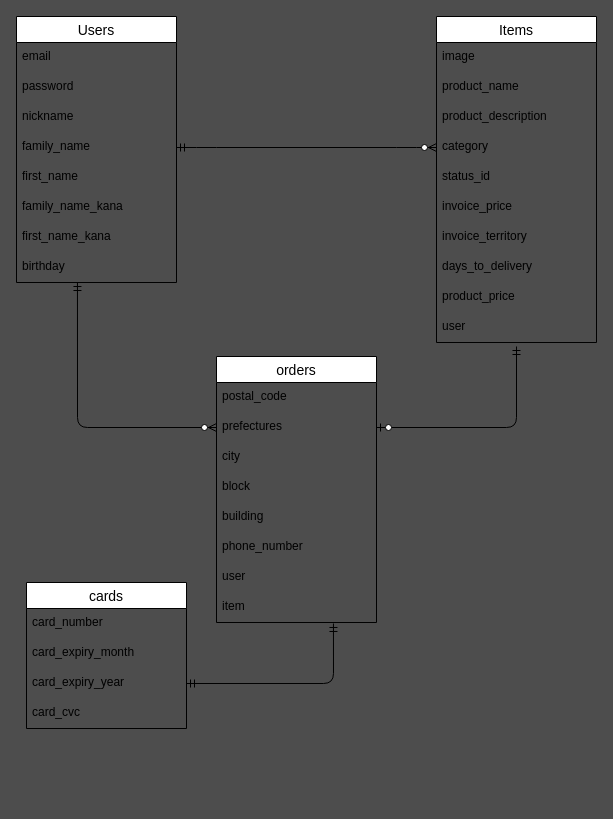
Before: furima.dio in fuji114/furima-36415, a draw.io diagram. Source tidied: cells renumbered, new cells numbered last; positions are measured from the earlier drawing's top-left corner, leaving out a move shared by most shapes. Both pictures are drawn from the tidied source at 100%, with x=0, y=0 at pixel (16, 16).
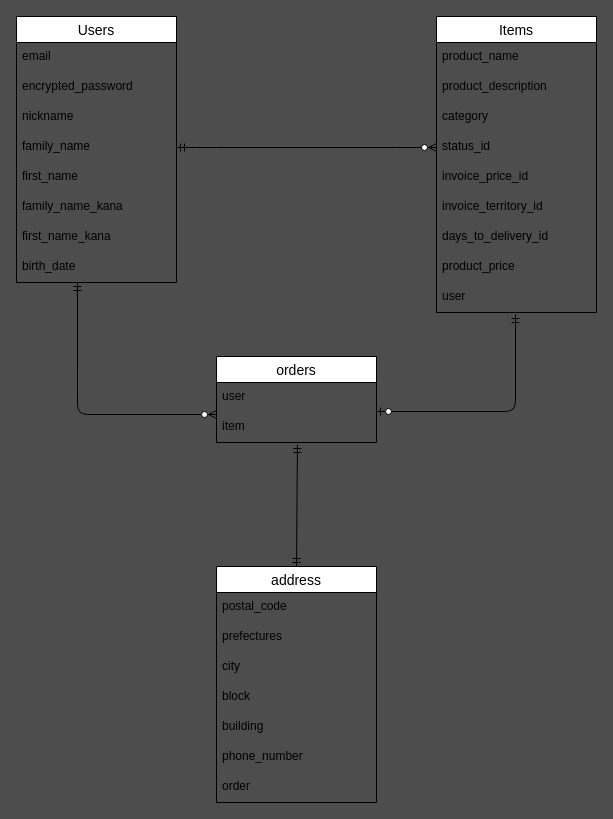
After the change.

Commit message (it also covers changes not shown here):
修正依頼の解消

Unchanged cells that the change refers to:
```xml
<mxCell id="2" value="Users" style="swimlane;fontStyle=0;horizontal=1;startSize=26;align=center;fontSize=14;" parent="1" vertex="1">
  <mxGeometry width="160" height="266" as="geometry" />
</mxCell>
<mxCell id="6" value="family_name" style="text;strokeColor=none;fillColor=none;spacingLeft=4;spacingRight=4;overflow=hidden;points=[[0,0.5],[1,0.5]];portConstraint=eastwest;fontSize=12;" parent="2" vertex="1">
  <mxGeometry y="116" width="160" height="30" as="geometry" />
</mxCell>
```

The edit, as a diff of the source:
```diff
@@
-    <mxCell id="4" value="password" style="text;strokeColor=none;fillColor=none;spacingLeft=4;spacingRight=4;overflow=hidden;fontSize=12;" parent="2" vertex="1">
+    <mxCell id="4" value="encrypted_password" style="text;strokeColor=none;fillColor=none;spacingLeft=4;spacingRight=4;overflow=hidden;fontSize=12;" parent="2" vertex="1">
       <mxGeometry y="56" width="160" height="30" as="geometry" />
     </mxCell>
@@
-    <mxCell id="10" value="birthday" style="text;strokeColor=none;fillColor=none;spacingLeft=4;spacingRight=4;overflow=hidden;points=[[0,0.5],[1,0.5]];portConstraint=eastwest;fontSize=12;" parent="2" vertex="1">
+    <mxCell id="10" value="birth_date" style="text;strokeColor=none;fillColor=none;spacingLeft=4;spacingRight=4;overflow=hidden;points=[[0,0.5],[1,0.5]];portConstraint=eastwest;fontSize=12;" parent="2" vertex="1">
       <mxGeometry y="236" width="160" height="30" as="geometry" />
     </mxCell>
     <mxCell id="11" value="Items" style="swimlane;fontStyle=0;horizontal=1;startSize=26;align=center;fontSize=14;" parent="1" vertex="1">
-      <mxGeometry x="420" width="160" height="326" as="geometry" />
+      <mxGeometry x="420" width="160" height="296" as="geometry" />
     </mxCell>
-    <mxCell id="12" value="image" style="text;strokeColor=none;fillColor=none;spacingLeft=4;spacingRight=4;overflow=hidden;fontSize=12;" parent="11" vertex="1">
-      <mxGeometry y="26" width="160" height="30" as="geometry" />
-    </mxCell>
     <mxCell id="13" value="product_name" style="text;strokeColor=none;fillColor=none;spacingLeft=4;spacingRight=4;overflow=hidden;fontSize=12;" parent="11" vertex="1">
-      <mxGeometry y="56" width="160" height="30" as="geometry" />
+      <mxGeometry y="26" width="160" height="30" as="geometry" />
     </mxCell>
     <mxCell id="14" value="product_description" style="text;strokeColor=none;fillColor=none;spacingLeft=4;spacingRight=4;overflow=hidden;fontSize=12;" parent="11" vertex="1">
-      <mxGeometry y="86" width="160" height="30" as="geometry" />
+      <mxGeometry y="56" width="160" height="30" as="geometry" />
     </mxCell>
     <mxCell id="15" value="category" style="text;strokeColor=none;fillColor=none;spacingLeft=4;spacingRight=4;overflow=hidden;points=[[0,0.5],[1,0.5]];portConstraint=eastwest;fontSize=12;" parent="11" vertex="1">
-      <mxGeometry y="116" width="160" height="30" as="geometry" />
+      <mxGeometry y="86" width="160" height="30" as="geometry" />
     </mxCell>
     <mxCell id="16" value="status_id" style="text;strokeColor=none;fillColor=none;spacingLeft=4;spacingRight=4;overflow=hidden;points=[[0,0.5],[1,0.5]];portConstraint=eastwest;fontSize=12;" parent="11" vertex="1">
-      <mxGeometry y="146" width="160" height="30" as="geometry" />
+      <mxGeometry y="116" width="160" height="30" as="geometry" />
     </mxCell>
-    <mxCell id="17" value="invoice_price" style="text;strokeColor=none;fillColor=none;spacingLeft=4;spacingRight=4;overflow=hidden;fontSize=12;" parent="11" vertex="1">
-      <mxGeometry y="176" width="160" height="30" as="geometry" />
+    <mxCell id="17" value="invoice_price_id" style="text;strokeColor=none;fillColor=none;spacingLeft=4;spacingRight=4;overflow=hidden;fontSize=12;" parent="11" vertex="1">
+      <mxGeometry y="146" width="160" height="30" as="geometry" />
     </mxCell>
-    <mxCell id="18" value="invoice_territory" style="text;strokeColor=none;fillColor=none;spacingLeft=4;spacingRight=4;overflow=hidden;fontSize=12;" parent="11" vertex="1">
-      <mxGeometry y="206" width="160" height="30" as="geometry" />
+    <mxCell id="18" value="invoice_territory_id" style="text;strokeColor=none;fillColor=none;spacingLeft=4;spacingRight=4;overflow=hidden;fontSize=12;" parent="11" vertex="1">
+      <mxGeometry y="176" width="160" height="30" as="geometry" />
     </mxCell>
-    <mxCell id="19" value="days_to_delivery" style="text;strokeColor=none;fillColor=none;spacingLeft=4;spacingRight=4;overflow=hidden;fontSize=12;" parent="11" vertex="1">
-      <mxGeometry y="236" width="160" height="30" as="geometry" />
+    <mxCell id="19" value="days_to_delivery_id" style="text;strokeColor=none;fillColor=none;spacingLeft=4;spacingRight=4;overflow=hidden;fontSize=12;" parent="11" vertex="1">
+      <mxGeometry y="206" width="160" height="30" as="geometry" />
     </mxCell>
     <mxCell id="20" value="product_price" style="text;strokeColor=none;fillColor=none;spacingLeft=4;spacingRight=4;overflow=hidden;fontSize=12;" parent="11" vertex="1">
-      <mxGeometry y="266" width="160" height="30" as="geometry" />
+      <mxGeometry y="236" width="160" height="30" as="geometry" />
     </mxCell>
     <mxCell id="21" value="user" style="text;strokeColor=none;fillColor=none;spacingLeft=4;spacingRight=4;overflow=hidden;points=[[0,0.5],[1,0.5]];portConstraint=eastwest;fontSize=12;" parent="11" vertex="1">
-      <mxGeometry y="296" width="160" height="30" as="geometry" />
+      <mxGeometry y="266" width="160" height="30" as="geometry" />
     </mxCell>
     <mxCell id="22" value="orders" style="swimlane;fontStyle=0;horizontal=1;startSize=26;align=center;fontSize=14;" parent="1" vertex="1">
-      <mxGeometry x="200" y="340" width="160" height="266" as="geometry" />
+      <mxGeometry x="200" y="340" width="160" height="86" as="geometry" />
     </mxCell>
-    <mxCell id="23" value="postal_code" style="text;strokeColor=none;fillColor=none;spacingLeft=4;spacingRight=4;overflow=hidden;fontSize=12;" parent="22" vertex="1">
-      <mxGeometry y="26" width="160" height="30" as="geometry" />
-    </mxCell>
-    <mxCell id="24" value="prefectures" style="text;strokeColor=none;fillColor=none;spacingLeft=4;spacingRight=4;overflow=hidden;fontSize=12;" parent="22" vertex="1">
-      <mxGeometry y="56" width="160" height="30" as="geometry" />
-    </mxCell>
-    <mxCell id="25" value="city" style="text;strokeColor=none;fillColor=none;spacingLeft=4;spacingRight=4;overflow=hidden;fontSize=12;" parent="22" vertex="1">
-      <mxGeometry y="86" width="160" height="30" as="geometry" />
-    </mxCell>
-    <mxCell id="26" value="block" style="text;strokeColor=none;fillColor=none;spacingLeft=4;spacingRight=4;overflow=hidden;fontSize=12;" parent="22" vertex="1">
-      <mxGeometry y="116" width="160" height="30" as="geometry" />
-    </mxCell>
-    <mxCell id="27" value="building" style="text;strokeColor=none;fillColor=none;spacingLeft=4;spacingRight=4;overflow=hidden;fontSize=12;" parent="22" vertex="1">
-      <mxGeometry y="146" width="160" height="30" as="geometry" />
-    </mxCell>
-    <mxCell id="28" value="phone_number" style="text;strokeColor=none;fillColor=none;spacingLeft=4;spacingRight=4;overflow=hidden;fontSize=12;" parent="22" vertex="1">
-      <mxGeometry y="176" width="160" height="30" as="geometry" />
-    </mxCell>
     <mxCell id="29" value="user" style="text;strokeColor=none;fillColor=none;spacingLeft=4;spacingRight=4;overflow=hidden;fontSize=12;" parent="22" vertex="1">
-      <mxGeometry y="206" width="160" height="30" as="geometry" />
+      <mxGeometry y="26" width="160" height="30" as="geometry" />
     </mxCell>
     <mxCell id="30" value="item" style="text;strokeColor=none;fillColor=none;spacingLeft=4;spacingRight=4;overflow=hidden;points=[[0,0.5],[1,0.5]];portConstraint=eastwest;fontSize=12;" parent="22" vertex="1">
-      <mxGeometry y="236" width="160" height="30" as="geometry" />
+      <mxGeometry y="56" width="160" height="30" as="geometry" />
     </mxCell>
-    <mxCell id="31" style="edgeStyle=entityRelationEdgeStyle;fontSize=12;html=1;endArrow=ERzeroToMany;startArrow=ERmandOne;entryX=0;entryY=0.5;entryDx=0;entryDy=0;exitX=1;exitY=0.5;exitDx=0;exitDy=0;" parent="1" edge="1" source="6" target="15">
+    <mxCell id="31" style="edgeStyle=entityRelationEdgeStyle;fontSize=12;html=1;endArrow=ERzeroToMany;startArrow=ERmandOne;entryX=0;entryY=0.5;entryDx=0;entryDy=0;exitX=1;exitY=0.5;exitDx=0;exitDy=0;" parent="1" edge="1" source="6" target="16">
       <mxGeometry relative="1" as="geometry" />
     </mxCell>
-    <mxCell id="32" style="edgeStyle=orthogonalEdgeStyle;fontSize=12;html=1;endArrow=ERzeroToMany;startArrow=ERmandOne;exitX=0.381;exitY=1;exitDx=0;exitDy=0;exitPerimeter=0;entryX=0;entryY=0.5;entryDx=0;entryDy=0;" parent="1" edge="1" source="10">
+    <mxCell id="32" style="edgeStyle=orthogonalEdgeStyle;fontSize=12;html=1;endArrow=ERzeroToMany;startArrow=ERmandOne;exitX=0.381;exitY=1;exitDx=0;exitDy=0;exitPerimeter=0;entryX=0;entryY=0.067;entryDx=0;entryDy=0;entryPerimeter=0;" parent="1" edge="1" source="10" target="30">
       <mxGeometry relative="1" as="geometry">
-        <mxPoint x="200" y="411" as="targetPoint" />
         <Array as="points">
-          <mxPoint x="61" y="411" />
+          <mxPoint x="61" y="398" />
         </Array>
       </mxGeometry>
     </mxCell>
-    <mxCell id="33" style="fontSize=12;html=1;endArrow=ERzeroToOne;startArrow=ERmandOne;entryX=1;entryY=0.5;entryDx=0;entryDy=0;edgeStyle=orthogonalEdgeStyle;" parent="1" edge="1">
+    <mxCell id="33" style="fontSize=12;html=1;endArrow=ERzeroToOne;startArrow=ERmandOne;entryX=1;entryY=-0.033;entryDx=0;entryDy=0;edgeStyle=orthogonalEdgeStyle;exitX=0.494;exitY=1.067;exitDx=0;exitDy=0;exitPerimeter=0;entryPerimeter=0;" parent="1" edge="1" source="21" target="30">
       <mxGeometry relative="1" as="geometry">
-        <mxPoint x="500" y="330" as="sourcePoint" />
-        <mxPoint x="360" y="411" as="targetPoint" />
         <Array as="points">
-          <mxPoint x="500" y="411" />
+          <mxPoint x="499" y="395" />
         </Array>
       </mxGeometry>
     </mxCell>
-    <mxCell id="34" value="cards" style="swimlane;fontStyle=0;horizontal=1;startSize=26;align=center;fontSize=14;" parent="1" vertex="1">
-      <mxGeometry x="10" y="566" width="160" height="146" as="geometry" />
+    <mxCell id="34" value="address" style="swimlane;fontStyle=0;horizontal=1;startSize=26;align=center;fontSize=14;" parent="1" vertex="1">
+      <mxGeometry x="200" y="550" width="160" height="236" as="geometry" />
     </mxCell>
-    <mxCell id="35" value="card_number" style="text;strokeColor=none;fillColor=none;spacingLeft=4;spacingRight=4;overflow=hidden;fontSize=12;" parent="34" vertex="1">
+    <mxCell id="35" value="postal_code" style="text;strokeColor=none;fillColor=none;spacingLeft=4;spacingRight=4;overflow=hidden;fontSize=12;" parent="34" vertex="1">
       <mxGeometry y="26" width="160" height="30" as="geometry" />
     </mxCell>
-    <mxCell id="36" value="card_expiry_month" style="text;strokeColor=none;fillColor=none;spacingLeft=4;spacingRight=4;overflow=hidden;fontSize=12;" parent="34" vertex="1">
+    <mxCell id="36" value="prefectures" style="text;strokeColor=none;fillColor=none;spacingLeft=4;spacingRight=4;overflow=hidden;fontSize=12;" parent="34" vertex="1">
       <mxGeometry y="56" width="160" height="30" as="geometry" />
     </mxCell>
-    <mxCell id="37" value="card_expiry_year" style="text;strokeColor=none;fillColor=none;spacingLeft=4;spacingRight=4;overflow=hidden;points=[[0,0.5],[1,0.5]];portConstraint=eastwest;fontSize=12;" parent="34" vertex="1">
+    <mxCell id="37" value="city" style="text;strokeColor=none;fillColor=none;spacingLeft=4;spacingRight=4;overflow=hidden;points=[[0,0.5],[1,0.5]];portConstraint=eastwest;fontSize=12;" parent="34" vertex="1">
       <mxGeometry y="86" width="160" height="30" as="geometry" />
     </mxCell>
+    <mxCell id="26" value="block" style="text;strokeColor=none;fillColor=none;spacingLeft=4;spacingRight=4;overflow=hidden;fontSize=12;" parent="34" vertex="1">
+      <mxGeometry y="116" width="160" height="30" as="geometry" />
+    </mxCell>
+    <mxCell id="27" value="building" style="text;strokeColor=none;fillColor=none;spacingLeft=4;spacingRight=4;overflow=hidden;fontSize=12;" parent="34" vertex="1">
+      <mxGeometry y="146" width="160" height="30" as="geometry" />
+    </mxCell>
+    <mxCell id="28" value="phone_number" style="text;strokeColor=none;fillColor=none;spacingLeft=4;spacingRight=4;overflow=hidden;fontSize=12;" parent="34" vertex="1">
+      <mxGeometry y="176" width="160" height="30" as="geometry" />
+    </mxCell>
-    <mxCell id="38" value="card_cvc" style="text;strokeColor=none;fillColor=none;spacingLeft=4;spacingRight=4;overflow=hidden;fontSize=12;" parent="34" vertex="1">
-      <mxGeometry y="116" width="160" height="30" as="geometry" />
+    <mxCell id="38" value="order" style="text;strokeColor=none;fillColor=none;spacingLeft=4;spacingRight=4;overflow=hidden;fontSize=12;" parent="34" vertex="1">
+      <mxGeometry y="206" width="160" height="30" as="geometry" />
     </mxCell>
-    <mxCell id="39" style="edgeStyle=orthogonalEdgeStyle;fontSize=12;html=1;endArrow=ERmandOne;startArrow=ERmandOne;entryX=0.731;entryY=1.033;entryDx=0;entryDy=0;entryPerimeter=0;exitX=1;exitY=0.5;exitDx=0;exitDy=0;" parent="1" edge="1" source="37" target="30">
+    <mxCell id="39" style="fontSize=12;html=1;endArrow=ERmandOne;startArrow=ERmandOne;exitX=0.5;exitY=0;exitDx=0;exitDy=0;entryX=0.506;entryY=1.067;entryDx=0;entryDy=0;entryPerimeter=0;" parent="1" edge="1" source="34" target="30">
       <mxGeometry relative="1" as="geometry" />
     </mxCell>
```
